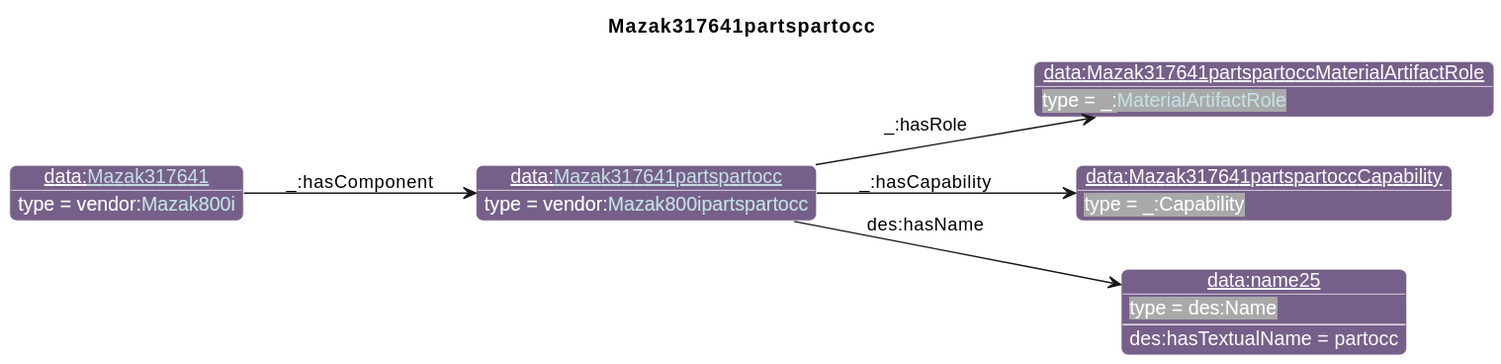
Earlier version of the PlantUML export diagrams/Mazak317641partspartocc.svg (iofoundry/example-syseng-mtconnect).
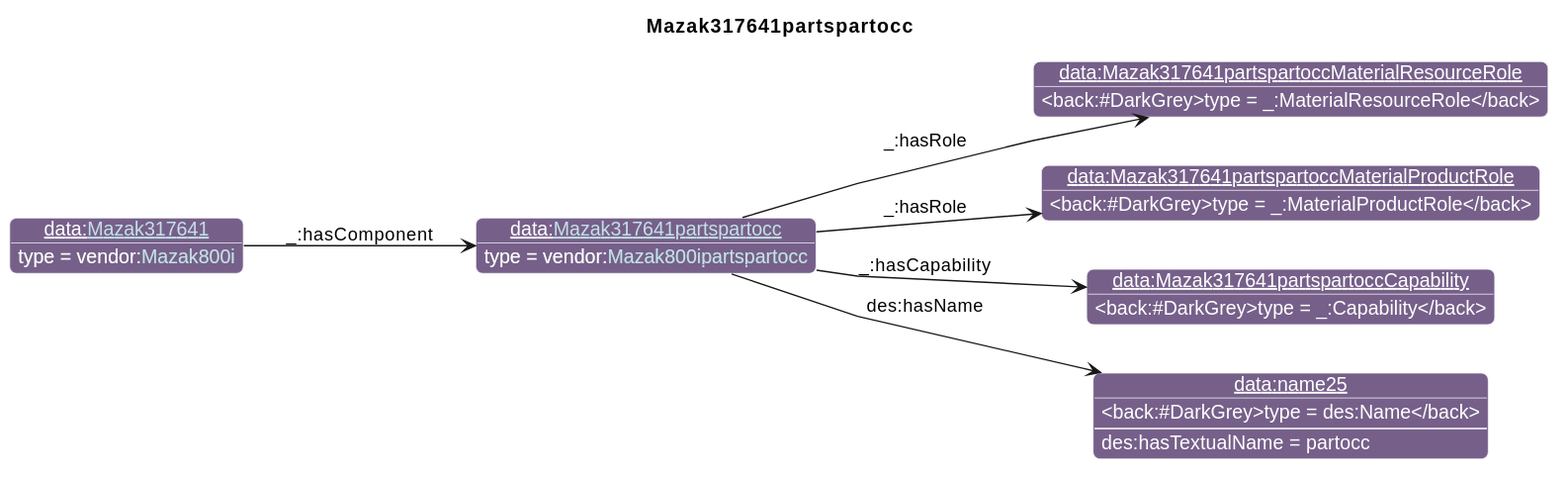
The same diagram one commit later.

What changed in the source:
```diff
@@ -26,13 +26,15 @@
                       "qp":"641B2E"
       }
 individual(o0, data:[[./Mazak317641partspartocc.html Mazak317641partspartocc]], vendor:[[../Mazak.html#Mazak800ipartspartocc Mazak800ipartspartocc]])
-individual(o1, data:Mazak317641partspartoccMaterialArtifactRole, _:[[../MTConnect.html#MaterialArtifactRole MaterialArtifactRole]])
-individual(o2, data:Mazak317641partspartoccCapability, _:Capability)
-individual(o3, data:name25, des:Name)
-individual(o4, data:[[./Mazak317641.html Mazak317641]], vendor:[[../Mazak.html#Mazak800i Mazak800i]])
+individual(o1, data:Mazak317641partspartoccMaterialResourceRole, _:MaterialResourceRole)
+individual(o2, data:Mazak317641partspartoccMaterialProductRole, _:MaterialProductRole)
+individual(o3, data:Mazak317641partspartoccCapability, _:Capability)
+individual(o4, data:name25, des:Name)
+individual(o5, data:[[./Mazak317641.html Mazak317641]], vendor:[[../Mazak.html#Mazak800i Mazak800i]])
 property(o0, "_:hasRole", o1)
-property(o0, "_:hasCapability", o2)
-property(o0, "des:hasName", o3)
-data(o3, "des:hasTextualName", "partocc")
-property(o4, "_:hasComponent", o0)
+property(o0, "_:hasRole", o2)
+property(o0, "_:hasCapability", o3)
+property(o0, "des:hasName", o4)
+data(o4, "des:hasTextualName", "partocc")
+property(o5, "_:hasComponent", o0)
 @enduml
```
